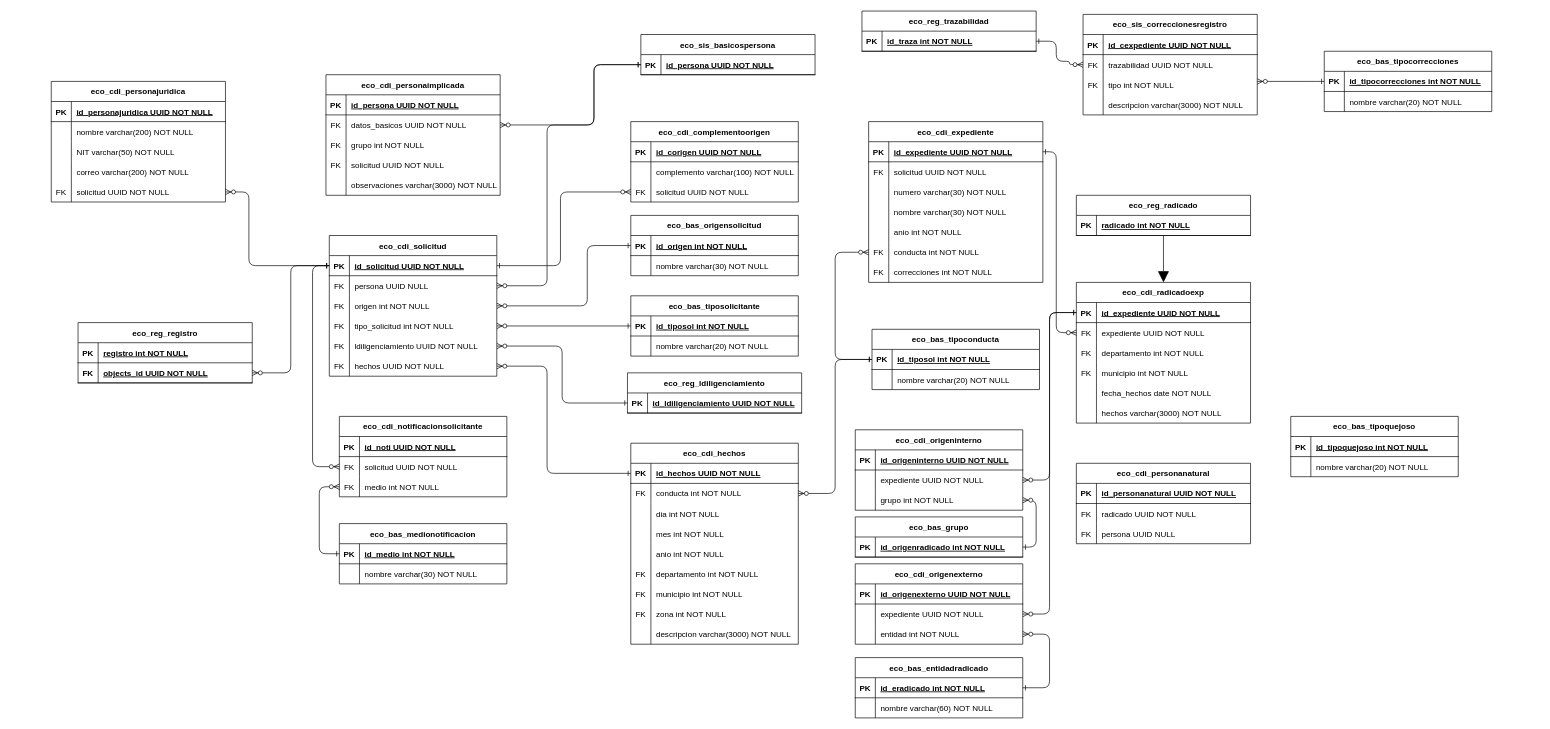
Before: SER/CDI.drawio in HanaPinilla/Diagramas-DB, a draw.io diagram. Source tidied: cells renumbered, new cells numbered last; positions are measured from the earlier drawing's top-left corner, leaving out a move shared by most shapes. Both pictures are drawn from the tidied source at 67%, with x=0, y=0 at pixel (51, 11).
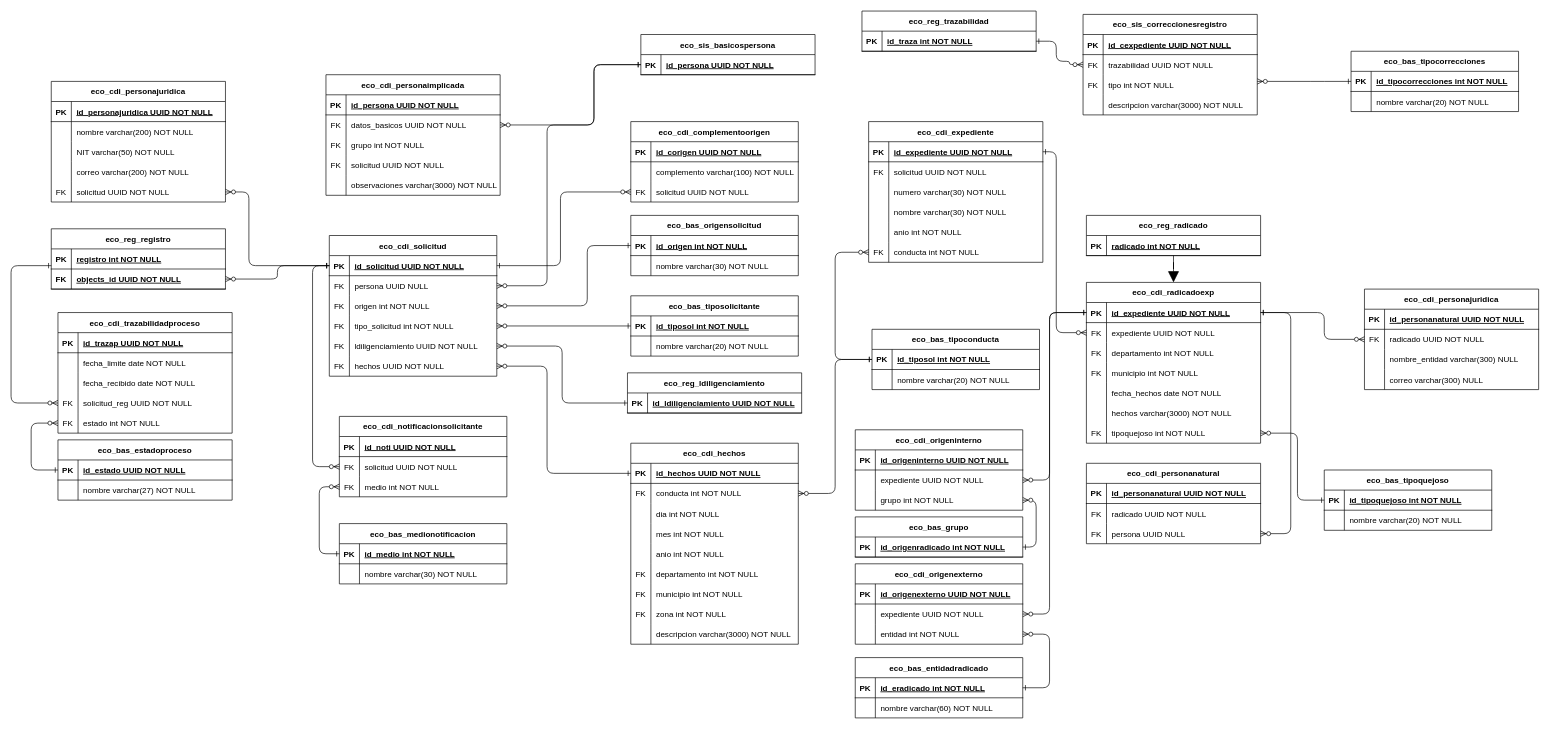
The same diagram, later.

Unchanged cells that the change refers to:
```xml
<mxCell id="61" style="shape=partialRectangle;fillColor=none;points=[[0,0.5],[1,0.5]];portConstraint=eastwest;top=0;left=0;right=0;bottom=1;" parent="60" vertex="1">
  <mxGeometry y="30" width="260" height="30" as="geometry" />
</mxCell>
<mxCell id="185" style="shape=partialRectangle;fillColor=none;points=[[0,0.5],[1,0.5]];portConstraint=eastwest;top=0;left=0;right=0;bottom=1;" parent="184" vertex="1">
  <mxGeometry y="30" width="260" height="30" as="geometry" />
</mxCell>
<mxCell id="246" style="shape=partialRectangle;fillColor=none;points=[[0,0.5],[1,0.5]];portConstraint=eastwest;top=0;left=0;right=0;bottom=0;" parent="239" vertex="1">
  <mxGeometry y="90" width="260" height="30" as="geometry" />
</mxCell>
<mxCell id="250" style="shape=partialRectangle;fillColor=none;points=[[0,0.5],[1,0.5]];portConstraint=eastwest;top=0;left=0;right=0;bottom=1;" parent="249" vertex="1">
  <mxGeometry y="30" width="250" height="30" as="geometry" />
</mxCell>
```

What changed in the source:
```diff
@@
     <mxCell id="60" value="eco_reg_registro" style="shape=table;startSize=30;childLayout=tableLayout;rowLines=0;fontStyle=1;align=center;" parent="1" vertex="1">
-      <mxGeometry x="40" y="465" width="260" height="90" as="geometry" />
+      <mxGeometry y="325" width="260" height="90" as="geometry" />
     </mxCell>
@@
     <mxCell id="156" value="eco_cdi_expediente" style="shape=table;startSize=30;childLayout=tableLayout;rowLines=0;fontStyle=1;align=center;" parent="1" vertex="1">
-      <mxGeometry x="1220" y="165" width="260" height="240" as="geometry" />
+      <mxGeometry x="1220" y="165" width="260" height="210" as="geometry" />
     </mxCell>
@@
-    <mxCell id="175" style="shape=partialRectangle;fillColor=none;points=[[0,0.5],[1,0.5]];portConstraint=eastwest;top=0;left=0;right=0;bottom=0;" parent="156" vertex="1">
-      <mxGeometry y="210" width="260" height="30" as="geometry" />
-    </mxCell>
-    <mxCell id="176" value="FK" style="shape=partialRectangle;overflow=hidden;fillColor=none;top=0;left=0;bottom=0;right=0;" parent="175" vertex="1">
-      <mxGeometry width="30" height="30" as="geometry" />
-    </mxCell>
-    <mxCell id="177" value="correcciones int NOT NULL" style="shape=partialRectangle;overflow=hidden;fillColor=none;top=0;left=0;bottom=0;right=0;align=left;spacingLeft=6;" parent="175" vertex="1">
-      <mxGeometry x="30" width="230" height="30" as="geometry" />
-    </mxCell>
@@
     <mxCell id="180" value="eco_reg_radicado" style="shape=table;startSize=30;childLayout=tableLayout;rowLines=0;fontStyle=1;align=center;" parent="1" vertex="1">
-      <mxGeometry x="1530" y="275" width="260" height="60" as="geometry" />
+      <mxGeometry x="1545" y="305" width="260" height="60" as="geometry" />
     </mxCell>
@@
     <mxCell id="184" value="eco_cdi_radicadoexp" style="shape=table;startSize=30;childLayout=tableLayout;rowLines=0;fontStyle=1;align=center;" parent="1" vertex="1">
-      <mxGeometry x="1530" y="405" width="260" height="210" as="geometry" />
+      <mxGeometry x="1545" y="405" width="260" height="240" as="geometry" />
     </mxCell>
@@
+    <mxCell id="175" style="shape=partialRectangle;fillColor=none;points=[[0,0.5],[1,0.5]];portConstraint=eastwest;top=0;left=0;right=0;bottom=0;" parent="184" vertex="1">
+      <mxGeometry y="210" width="260" height="30" as="geometry" />
+    </mxCell>
+    <mxCell id="282" value="FK" style="shape=partialRectangle;overflow=hidden;fillColor=none;top=0;left=0;bottom=0;right=0;" parent="175" vertex="1">
+      <mxGeometry width="30" height="30" as="geometry" />
+    </mxCell>
+    <mxCell id="283" value="tipoquejoso int NOT NULL" style="shape=partialRectangle;overflow=hidden;fillColor=none;top=0;left=0;bottom=0;right=0;align=left;spacingLeft=6;" parent="175" vertex="1">
+      <mxGeometry x="30" width="230" height="30" as="geometry" />
+    </mxCell>
@@
     <mxCell id="239" value="eco_cdi_personanatural" style="shape=table;startSize=30;childLayout=tableLayout;rowLines=0;fontStyle=1;align=center;" parent="1" vertex="1">
-      <mxGeometry x="1530" y="675" width="260" height="120" as="geometry" />
+      <mxGeometry x="1545" y="675" width="260" height="120" as="geometry" />
     </mxCell>
@@
     <mxCell id="249" value="eco_bas_tipoquejoso" style="shape=table;startSize=30;childLayout=tableLayout;rowLines=0;fontStyle=1;align=center;" parent="1" vertex="1">
-      <mxGeometry x="1850" y="605" width="250" height="90" as="geometry" />
+      <mxGeometry x="1900" y="685" width="250" height="90" as="geometry" />
     </mxCell>
@@
     <mxCell id="269" value="eco_bas_tipocorrecciones" style="shape=table;startSize=30;childLayout=tableLayout;rowLines=0;fontStyle=1;align=center;" parent="1" vertex="1">
-      <mxGeometry x="1900" y="60" width="250" height="90" as="geometry" />
+      <mxGeometry x="1940" y="60" width="250" height="90" as="geometry" />
     </mxCell>
@@
+    <mxCell id="284" value="eco_cdi_personajuridica" style="shape=table;startSize=30;childLayout=tableLayout;rowLines=0;fontStyle=1;align=center;" parent="1" vertex="1">
+      <mxGeometry x="1960" y="415" width="260" height="150" as="geometry" />
+    </mxCell>
+    <mxCell id="285" style="shape=partialRectangle;fillColor=none;top=0;left=0;right=0;bottom=1;" parent="284" vertex="1">
+      <mxGeometry y="30" width="260" height="30" as="geometry" />
+    </mxCell>
+    <mxCell id="286" value="PK" style="shape=partialRectangle;overflow=hidden;fillColor=none;top=0;left=0;bottom=0;right=0;fontStyle=1;" parent="285" vertex="1">
+      <mxGeometry width="30" height="30" as="geometry" />
+    </mxCell>
+    <mxCell id="287" value="id_personanatural UUID NOT NULL " style="shape=partialRectangle;overflow=hidden;fillColor=none;top=0;left=0;bottom=0;right=0;align=left;spacingLeft=6;fontStyle=5;" parent="285" vertex="1">
+      <mxGeometry x="30" width="230" height="30" as="geometry" />
+    </mxCell>
+    <mxCell id="288" style="shape=partialRectangle;fillColor=none;points=[[0,0.5],[1,0.5]];portConstraint=eastwest;top=0;left=0;right=0;bottom=0;" parent="284" vertex="1">
+      <mxGeometry y="60" width="260" height="30" as="geometry" />
+    </mxCell>
+    <mxCell id="289" value="FK" style="shape=partialRectangle;overflow=hidden;fillColor=none;top=0;left=0;bottom=0;right=0;" parent="288" vertex="1">
+      <mxGeometry width="30" height="30" as="geometry" />
+    </mxCell>
+    <mxCell id="290" value="radicado UUID NOT NULL" style="shape=partialRectangle;overflow=hidden;fillColor=none;top=0;left=0;bottom=0;right=0;align=left;spacingLeft=6;" parent="288" vertex="1">
+      <mxGeometry x="30" width="230" height="30" as="geometry" />
+    </mxCell>
+    <mxCell id="291" style="shape=partialRectangle;fillColor=none;top=0;left=0;right=0;bottom=0;" parent="284" vertex="1">
+      <mxGeometry y="90" width="260" height="30" as="geometry" />
+    </mxCell>
+    <mxCell id="292" style="shape=partialRectangle;overflow=hidden;fillColor=none;top=0;left=0;bottom=0;right=0;" parent="291" vertex="1">
+      <mxGeometry width="30" height="30" as="geometry" />
+    </mxCell>
+    <mxCell id="293" value="nombre_entidad varchar(300) NULL" style="shape=partialRectangle;overflow=hidden;fillColor=none;top=0;left=0;bottom=0;right=0;align=left;spacingLeft=6;" parent="291" vertex="1">
+      <mxGeometry x="30" width="230" height="30" as="geometry" />
+    </mxCell>
+    <mxCell id="294" style="shape=partialRectangle;fillColor=none;top=0;left=0;right=0;bottom=0;" parent="284" vertex="1">
+      <mxGeometry y="120" width="260" height="30" as="geometry" />
+    </mxCell>
+    <mxCell id="295" style="shape=partialRectangle;overflow=hidden;fillColor=none;top=0;left=0;bottom=0;right=0;" parent="294" vertex="1">
+      <mxGeometry width="30" height="30" as="geometry" />
+    </mxCell>
+    <mxCell id="296" value="correo varchar(300) NULL" style="shape=partialRectangle;overflow=hidden;fillColor=none;top=0;left=0;bottom=0;right=0;align=left;spacingLeft=6;" parent="294" vertex="1">
+      <mxGeometry x="30" width="230" height="30" as="geometry" />
+    </mxCell>
+    <mxCell id="297" value="eco_cdi_trazabilidadproceso" style="shape=table;startSize=30;childLayout=tableLayout;rowLines=0;fontStyle=1;align=center;" parent="1" vertex="1">
+      <mxGeometry x="10" y="450" width="260" height="180" as="geometry" />
+    </mxCell>
+    <mxCell id="298" style="shape=partialRectangle;fillColor=none;top=0;left=0;right=0;bottom=1;" parent="297" vertex="1">
+      <mxGeometry y="30" width="260" height="30" as="geometry" />
+    </mxCell>
+    <mxCell id="299" value="PK" style="shape=partialRectangle;overflow=hidden;fillColor=none;top=0;left=0;bottom=0;right=0;fontStyle=1;" parent="298" vertex="1">
+      <mxGeometry width="30" height="30" as="geometry" />
+    </mxCell>
+    <mxCell id="300" value="id_trazap UUID NOT NULL " style="shape=partialRectangle;overflow=hidden;fillColor=none;top=0;left=0;bottom=0;right=0;align=left;spacingLeft=6;fontStyle=5;" parent="298" vertex="1">
+      <mxGeometry x="30" width="230" height="30" as="geometry" />
+    </mxCell>
+    <mxCell id="301" style="shape=partialRectangle;fillColor=none;top=0;left=0;right=0;bottom=0;" parent="297" vertex="1">
+      <mxGeometry y="60" width="260" height="30" as="geometry" />
+    </mxCell>
+    <mxCell id="302" style="shape=partialRectangle;overflow=hidden;fillColor=none;top=0;left=0;bottom=0;right=0;" parent="301" vertex="1">
+      <mxGeometry width="30" height="30" as="geometry" />
+    </mxCell>
+    <mxCell id="303" value="fecha_limite date NOT NULL" style="shape=partialRectangle;overflow=hidden;fillColor=none;top=0;left=0;bottom=0;right=0;align=left;spacingLeft=6;" parent="301" vertex="1">
+      <mxGeometry x="30" width="230" height="30" as="geometry" />
+    </mxCell>
+    <mxCell id="304" style="shape=partialRectangle;fillColor=none;top=0;left=0;right=0;bottom=0;" parent="297" vertex="1">
+      <mxGeometry y="90" width="260" height="30" as="geometry" />
+    </mxCell>
+    <mxCell id="305" style="shape=partialRectangle;overflow=hidden;fillColor=none;top=0;left=0;bottom=0;right=0;" parent="304" vertex="1">
+      <mxGeometry width="30" height="30" as="geometry" />
+    </mxCell>
+    <mxCell id="306" value="fecha_recibido date NOT NULL" style="shape=partialRectangle;overflow=hidden;fillColor=none;top=0;left=0;bottom=0;right=0;align=left;spacingLeft=6;" parent="304" vertex="1">
+      <mxGeometry x="30" width="230" height="30" as="geometry" />
+    </mxCell>
+    <mxCell id="307" style="shape=partialRectangle;fillColor=none;points=[[0,0.5],[1,0.5]];portConstraint=eastwest;top=0;left=0;right=0;bottom=0;" parent="297" vertex="1">
+      <mxGeometry y="120" width="260" height="30" as="geometry" />
+    </mxCell>
+    <mxCell id="308" value="FK" style="shape=partialRectangle;overflow=hidden;fillColor=none;top=0;left=0;bottom=0;right=0;" parent="307" vertex="1">
+      <mxGeometry width="30" height="30" as="geometry" />
+    </mxCell>
+    <mxCell id="309" value="solicitud_reg UUID NOT NULL" style="shape=partialRectangle;overflow=hidden;fillColor=none;top=0;left=0;bottom=0;right=0;align=left;spacingLeft=6;" parent="307" vertex="1">
+      <mxGeometry x="30" width="230" height="30" as="geometry" />
+    </mxCell>
+    <mxCell id="310" style="shape=partialRectangle;fillColor=none;points=[[0,0.5],[1,0.5]];portConstraint=eastwest;top=0;left=0;right=0;bottom=0;" parent="297" vertex="1">
+      <mxGeometry y="150" width="260" height="30" as="geometry" />
+    </mxCell>
+    <mxCell id="311" value="FK" style="shape=partialRectangle;overflow=hidden;fillColor=none;top=0;left=0;bottom=0;right=0;" parent="310" vertex="1">
+      <mxGeometry width="30" height="30" as="geometry" />
+    </mxCell>
+    <mxCell id="312" value="estado int NOT NULL" style="shape=partialRectangle;overflow=hidden;fillColor=none;top=0;left=0;bottom=0;right=0;align=left;spacingLeft=6;" parent="310" vertex="1">
+      <mxGeometry x="30" width="230" height="30" as="geometry" />
+    </mxCell>
+    <mxCell id="313" value="eco_bas_estadoproceso" style="shape=table;startSize=30;childLayout=tableLayout;rowLines=0;fontStyle=1;align=center;" parent="1" vertex="1">
+      <mxGeometry x="10" y="640" width="260" height="90" as="geometry" />
+    </mxCell>
+    <mxCell id="314" style="shape=partialRectangle;fillColor=none;points=[[0,0.5],[1,0.5]];portConstraint=eastwest;top=0;left=0;right=0;bottom=1;" parent="313" vertex="1">
+      <mxGeometry y="30" width="260" height="30" as="geometry" />
+    </mxCell>
+    <mxCell id="315" value="PK" style="shape=partialRectangle;overflow=hidden;fillColor=none;top=0;left=0;bottom=0;right=0;fontStyle=1;" parent="314" vertex="1">
+      <mxGeometry width="30" height="30" as="geometry" />
+    </mxCell>
+    <mxCell id="316" value="id_estado UUID NOT NULL " style="shape=partialRectangle;overflow=hidden;fillColor=none;top=0;left=0;bottom=0;right=0;align=left;spacingLeft=6;fontStyle=5;" parent="314" vertex="1">
+      <mxGeometry x="30" width="230" height="30" as="geometry" />
+    </mxCell>
+    <mxCell id="317" style="shape=partialRectangle;fillColor=none;top=0;left=0;right=0;bottom=0;" parent="313" vertex="1">
+      <mxGeometry y="60" width="260" height="30" as="geometry" />
+    </mxCell>
+    <mxCell id="318" style="shape=partialRectangle;overflow=hidden;fillColor=none;top=0;left=0;bottom=0;right=0;" parent="317" vertex="1">
+      <mxGeometry width="30" height="30" as="geometry" />
+    </mxCell>
+    <mxCell id="319" value="nombre varchar(27) NOT NULL" style="shape=partialRectangle;overflow=hidden;fillColor=none;top=0;left=0;bottom=0;right=0;align=left;spacingLeft=6;" parent="317" vertex="1">
+      <mxGeometry x="30" width="230" height="30" as="geometry" />
+    </mxCell>
+    <mxCell id="320" style="edgeStyle=orthogonalEdgeStyle;endArrow=ERzeroToMany;startArrow=ERone;endFill=1;startFill=0;" parent="1" edge="1" source="314" target="310">
+      <mxGeometry relative="1" as="geometry">
+        <Array as="points">
+          <mxPoint x="-30" y="685" />
+          <mxPoint x="-30" y="615" />
+        </Array>
+      </mxGeometry>
+    </mxCell>
+    <mxCell id="321" style="edgeStyle=orthogonalEdgeStyle;endArrow=ERzeroToMany;startArrow=ERone;endFill=1;startFill=0;" parent="1" edge="1" source="61" target="307">
+      <mxGeometry relative="1" as="geometry">
+        <Array as="points">
+          <mxPoint x="-60" y="380" />
+          <mxPoint x="-60" y="585" />
+        </Array>
+      </mxGeometry>
+    </mxCell>
+    <mxCell id="322" style="edgeStyle=orthogonalEdgeStyle;endArrow=ERzeroToMany;startArrow=ERone;endFill=1;startFill=0;" parent="1" edge="1" source="250" target="175">
+      <mxGeometry relative="1" as="geometry">
+        <Array as="points">
+          <mxPoint x="1860" y="730" />
+          <mxPoint x="1860" y="630" />
+        </Array>
+      </mxGeometry>
+    </mxCell>
+    <mxCell id="323" style="edgeStyle=orthogonalEdgeStyle;endArrow=ERzeroToMany;startArrow=ERone;endFill=1;startFill=0;" parent="1" edge="1" source="185" target="246">
+      <mxGeometry relative="1" as="geometry">
+        <Array as="points">
+          <mxPoint x="1850" y="450" />
+          <mxPoint x="1850" y="780" />
+        </Array>
+      </mxGeometry>
+    </mxCell>
+    <mxCell id="324" style="edgeStyle=orthogonalEdgeStyle;endArrow=ERzeroToMany;startArrow=ERone;endFill=1;startFill=0;" parent="1" edge="1" source="185" target="288">
+      <mxGeometry relative="1" as="geometry">
+        <Array as="points">
+          <mxPoint x="1900" y="450" />
+          <mxPoint x="1900" y="490" />
+        </Array>
+      </mxGeometry>
+    </mxCell>
```
